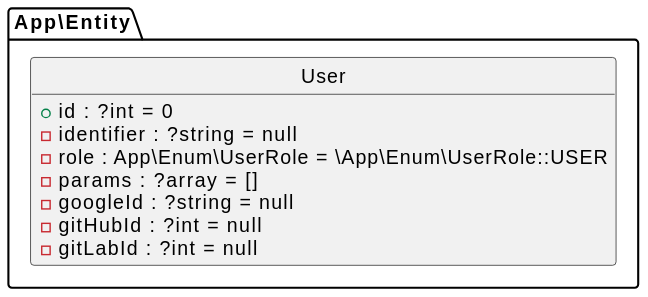
elkuku/symfony-playground-two keeps this PlantUML diagram as assets/docs/database.svg. Above is the earlier version.
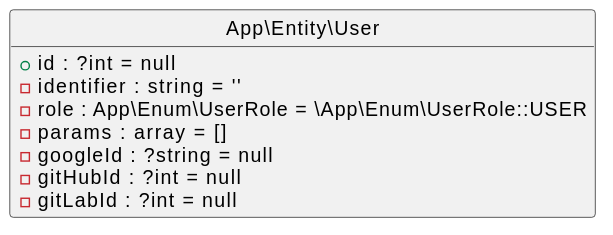
Later version of the same file.

Commit message:
Fix composer db-diagram and regenerate the diagram

jawira/entity-draw writes "set separator \ ", and current PlantUML treats
the trailing backslash as a line continuation, so the server rejected
every diagram. bin/db-diagram replaces that line and renders the SVG.

The edit, as a diff of the source:
```diff
@@ -1,5 +1,5 @@
 @startuml
-set separator \
+set separator none
 !pragma useIntermediatePackages false
 skinparam linetype ortho
 skinparam MinClassWidth 140
@@ -7,10 +7,10 @@
 hide empty members
 !theme _none_
 class App\Entity\User {
-+ id : ?int = 0
-- identifier : ?string = null
++ id : ?int = null
+- identifier : string = ''
 - role : App\Enum\UserRole = \App\Enum\UserRole::USER
-- params : ?array = []
+- params : array = []
 - googleId : ?string = null
 - gitHubId : ?int = null
 - gitLabId : ?int = null
```
